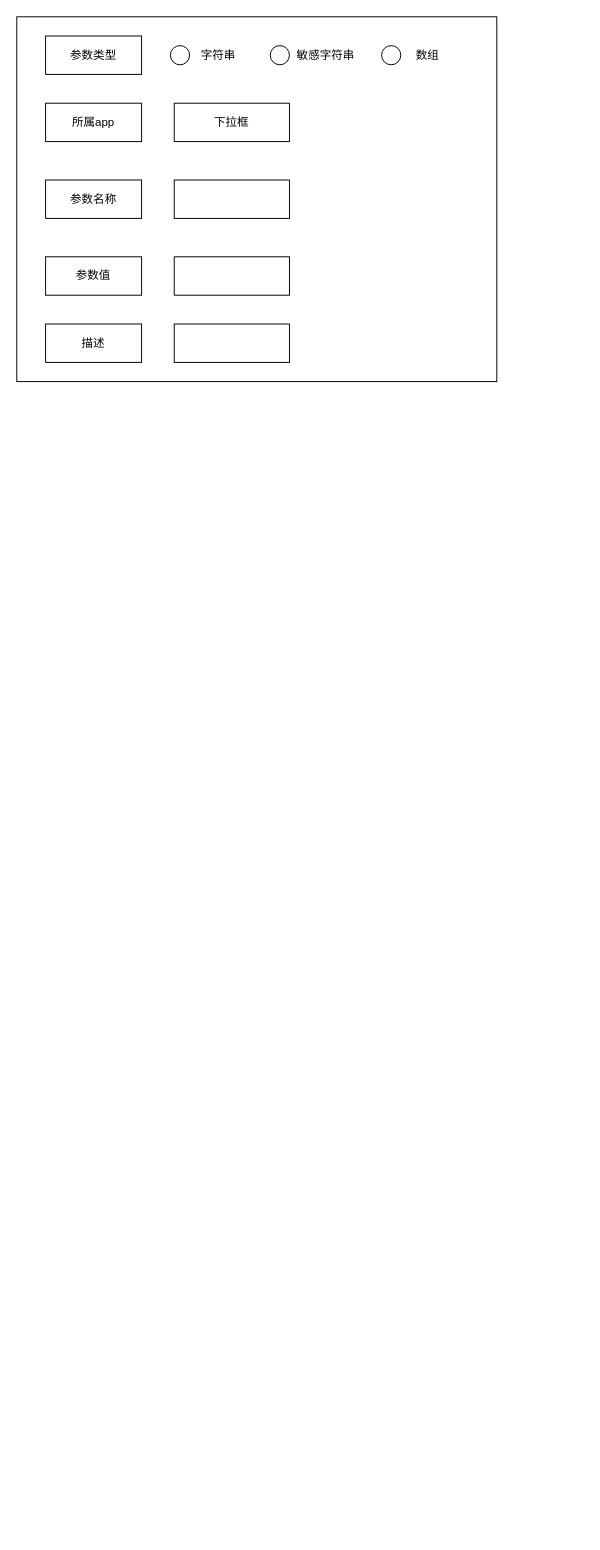
Earlier version of the draw.io diagram 系统配置.drawio (hwjcc969/topdown). Source tidied: cells renumbered, new cells numbered last; positions are measured from the earlier drawing's top-left corner, leaving out a move shared by most shapes. Both pictures are drawn from the tidied source at 96%, with x=0, y=0 at pixel (16, 16).
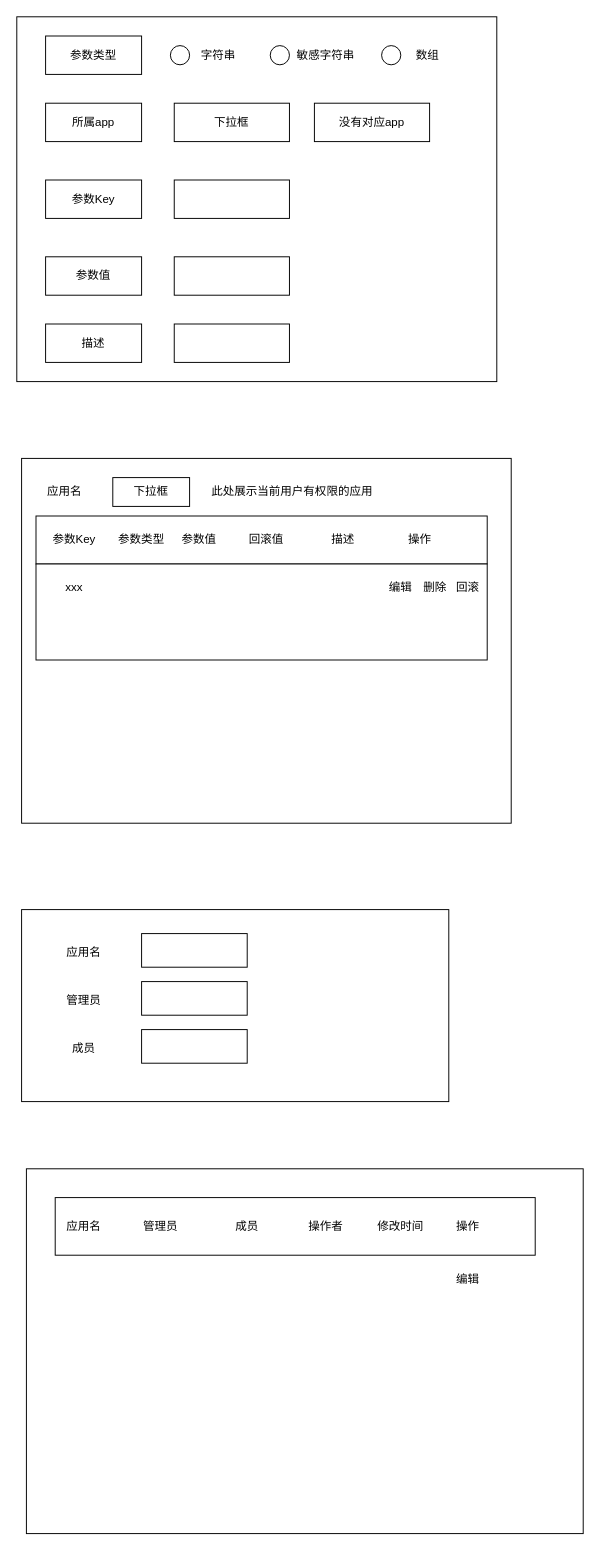
Above is the later version.

Commit message:
更新系统配置.drawio

The edit, as a diff of the source:
```diff
@@
-    <mxCell id="11" value="参数名称" style="rounded=0;whiteSpace=wrap;html=1;" parent="1" vertex="1">
+    <mxCell id="11" value="参数Key" style="rounded=0;whiteSpace=wrap;html=1;" parent="1" vertex="1">
       <mxGeometry x="30" y="170" width="100" height="40" as="geometry" />
     </mxCell>
@@
+    <mxCell id="18" style="rounded=0;whiteSpace=wrap;html=1;" parent="1" vertex="1">
+      <mxGeometry x="5" y="460" width="510" height="380" as="geometry" />
+    </mxCell>
+    <mxCell id="19" style="rounded=0;whiteSpace=wrap;html=1;" parent="1" vertex="1">
+      <mxGeometry x="20" y="520" width="470" height="50" as="geometry" />
+    </mxCell>
+    <mxCell id="20" value="参数Key" style="text;html=1;strokeColor=none;fillColor=none;align=center;verticalAlign=middle;whiteSpace=wrap;rounded=0;" parent="1" vertex="1">
+      <mxGeometry x="30" y="530" width="60" height="30" as="geometry" />
+    </mxCell>
+    <mxCell id="21" value="参数值" style="text;html=1;strokeColor=none;fillColor=none;align=center;verticalAlign=middle;whiteSpace=wrap;rounded=0;" parent="1" vertex="1">
+      <mxGeometry x="160" y="530" width="60" height="30" as="geometry" />
+    </mxCell>
+    <mxCell id="22" value="描述" style="text;html=1;strokeColor=none;fillColor=none;align=center;verticalAlign=middle;whiteSpace=wrap;rounded=0;" parent="1" vertex="1">
+      <mxGeometry x="310" y="530" width="60" height="30" as="geometry" />
+    </mxCell>
+    <mxCell id="23" value="回滚值" style="text;html=1;strokeColor=none;fillColor=none;align=center;verticalAlign=middle;whiteSpace=wrap;rounded=0;" parent="1" vertex="1">
+      <mxGeometry x="230" y="530" width="60" height="30" as="geometry" />
+    </mxCell>
+    <mxCell id="24" value="参数类型" style="text;html=1;strokeColor=none;fillColor=none;align=center;verticalAlign=middle;whiteSpace=wrap;rounded=0;" parent="1" vertex="1">
+      <mxGeometry x="100" y="530" width="60" height="30" as="geometry" />
+    </mxCell>
+    <mxCell id="25" value="操作" style="text;html=1;strokeColor=none;fillColor=none;align=center;verticalAlign=middle;whiteSpace=wrap;rounded=0;" parent="1" vertex="1">
+      <mxGeometry x="390" y="530" width="60" height="30" as="geometry" />
+    </mxCell>
+    <mxCell id="26" value="应用名" style="text;html=1;strokeColor=none;fillColor=none;align=center;verticalAlign=middle;whiteSpace=wrap;rounded=0;" parent="1" vertex="1">
+      <mxGeometry x="20" y="480" width="60" height="30" as="geometry" />
+    </mxCell>
+    <mxCell id="27" value="下拉框" style="rounded=0;whiteSpace=wrap;html=1;" parent="1" vertex="1">
+      <mxGeometry x="100" y="480" width="80" height="30" as="geometry" />
+    </mxCell>
+    <mxCell id="28" value="此处展示当前用户有权限的应用" style="text;html=1;strokeColor=none;fillColor=none;align=center;verticalAlign=middle;whiteSpace=wrap;rounded=0;" parent="1" vertex="1">
+      <mxGeometry x="194" y="480" width="186" height="30" as="geometry" />
+    </mxCell>
+    <mxCell id="29" style="rounded=0;whiteSpace=wrap;html=1;" parent="1" vertex="1">
+      <mxGeometry x="20" y="570" width="470" height="100" as="geometry" />
+    </mxCell>
+    <mxCell id="30" value="xxx" style="text;html=1;strokeColor=none;fillColor=none;align=center;verticalAlign=middle;whiteSpace=wrap;rounded=0;" parent="1" vertex="1">
+      <mxGeometry x="30" y="580" width="60" height="30" as="geometry" />
+    </mxCell>
+    <mxCell id="31" value="编辑" style="text;html=1;strokeColor=none;fillColor=none;align=center;verticalAlign=middle;whiteSpace=wrap;rounded=0;" parent="1" vertex="1">
+      <mxGeometry x="370" y="580" width="60" height="30" as="geometry" />
+    </mxCell>
+    <mxCell id="32" value="删除" style="text;html=1;strokeColor=none;fillColor=none;align=center;verticalAlign=middle;whiteSpace=wrap;rounded=0;" parent="1" vertex="1">
+      <mxGeometry x="406" y="580" width="60" height="30" as="geometry" />
+    </mxCell>
+    <mxCell id="33" value="没有对应app" style="rounded=0;whiteSpace=wrap;html=1;" parent="1" vertex="1">
+      <mxGeometry x="310" y="90" width="120" height="40" as="geometry" />
+    </mxCell>
+    <mxCell id="34" style="rounded=0;whiteSpace=wrap;html=1;" parent="1" vertex="1">
+      <mxGeometry x="5" y="930" width="445" height="200" as="geometry" />
+    </mxCell>
+    <mxCell id="35" value="应用名" style="text;html=1;strokeColor=none;fillColor=none;align=center;verticalAlign=middle;whiteSpace=wrap;rounded=0;" parent="1" vertex="1">
+      <mxGeometry x="40" y="960" width="60" height="30" as="geometry" />
+    </mxCell>
+    <mxCell id="36" value="管理员" style="text;html=1;strokeColor=none;fillColor=none;align=center;verticalAlign=middle;whiteSpace=wrap;rounded=0;" parent="1" vertex="1">
+      <mxGeometry x="40" y="1010" width="60" height="30" as="geometry" />
+    </mxCell>
+    <mxCell id="37" value="成员" style="text;html=1;strokeColor=none;fillColor=none;align=center;verticalAlign=middle;whiteSpace=wrap;rounded=0;" parent="1" vertex="1">
+      <mxGeometry x="40" y="1060" width="60" height="30" as="geometry" />
+    </mxCell>
+    <mxCell id="38" style="rounded=0;whiteSpace=wrap;html=1;" parent="1" vertex="1">
+      <mxGeometry x="130" y="955" width="110" height="35" as="geometry" />
+    </mxCell>
+    <mxCell id="39" style="rounded=0;whiteSpace=wrap;html=1;" parent="1" vertex="1">
+      <mxGeometry x="130" y="1005" width="110" height="35" as="geometry" />
+    </mxCell>
+    <mxCell id="40" style="rounded=0;whiteSpace=wrap;html=1;" parent="1" vertex="1">
+      <mxGeometry x="130" y="1055" width="110" height="35" as="geometry" />
+    </mxCell>
+    <mxCell id="41" style="rounded=0;whiteSpace=wrap;html=1;" parent="1" vertex="1">
+      <mxGeometry x="10" y="1200" width="580" height="380" as="geometry" />
+    </mxCell>
+    <mxCell id="42" style="rounded=0;whiteSpace=wrap;html=1;" parent="1" vertex="1">
+      <mxGeometry x="40" y="1230" width="500" height="60" as="geometry" />
+    </mxCell>
+    <mxCell id="43" value="应用名" style="text;html=1;strokeColor=none;fillColor=none;align=center;verticalAlign=middle;whiteSpace=wrap;rounded=0;" parent="1" vertex="1">
+      <mxGeometry x="40" y="1245" width="60" height="30" as="geometry" />
+    </mxCell>
+    <mxCell id="44" value="管理员" style="text;html=1;strokeColor=none;fillColor=none;align=center;verticalAlign=middle;whiteSpace=wrap;rounded=0;" parent="1" vertex="1">
+      <mxGeometry x="120" y="1245" width="60" height="30" as="geometry" />
+    </mxCell>
+    <mxCell id="45" value="成员" style="text;html=1;strokeColor=none;fillColor=none;align=center;verticalAlign=middle;whiteSpace=wrap;rounded=0;" parent="1" vertex="1">
+      <mxGeometry x="210" y="1245" width="60" height="30" as="geometry" />
+    </mxCell>
+    <mxCell id="46" value="操作者" style="text;html=1;strokeColor=none;fillColor=none;align=center;verticalAlign=middle;whiteSpace=wrap;rounded=0;" parent="1" vertex="1">
+      <mxGeometry x="292" y="1245" width="60" height="30" as="geometry" />
+    </mxCell>
+    <mxCell id="47" value="修改时间" style="text;html=1;strokeColor=none;fillColor=none;align=center;verticalAlign=middle;whiteSpace=wrap;rounded=0;" parent="1" vertex="1">
+      <mxGeometry x="370" y="1245" width="60" height="30" as="geometry" />
+    </mxCell>
+    <mxCell id="48" value="操作" style="text;html=1;strokeColor=none;fillColor=none;align=center;verticalAlign=middle;whiteSpace=wrap;rounded=0;" parent="1" vertex="1">
+      <mxGeometry x="440" y="1245" width="60" height="30" as="geometry" />
+    </mxCell>
+    <mxCell id="49" value="编辑" style="text;html=1;strokeColor=none;fillColor=none;align=center;verticalAlign=middle;whiteSpace=wrap;rounded=0;" parent="1" vertex="1">
+      <mxGeometry x="440" y="1300" width="60" height="30" as="geometry" />
+    </mxCell>
+    <mxCell id="50" value="回滚" style="text;html=1;strokeColor=none;fillColor=none;align=center;verticalAlign=middle;whiteSpace=wrap;rounded=0;" parent="1" vertex="1">
+      <mxGeometry x="440" y="580" width="60" height="30" as="geometry" />
+    </mxCell>
```
